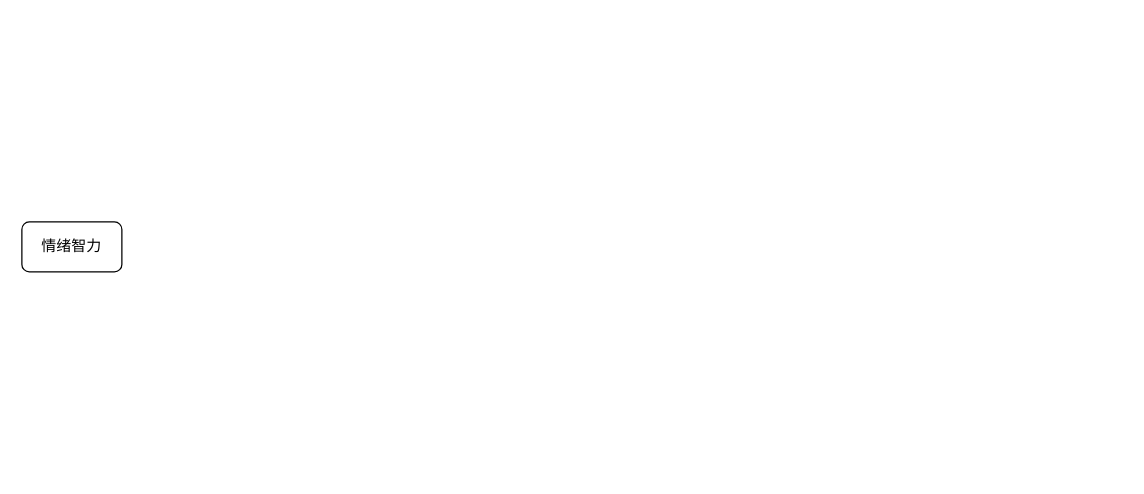
The draw.io diagram page "社交情商" (6 of 6) of relationship.drawio in youyusan/relationship, before the edit. Source tidied: cells renumbered, new cells numbered last; positions are measured from the earlier drawing's top-left corner, leaving out a move shared by most shapes. Both pictures are drawn from the tidied source at 125%, with x=0, y=0 at pixel (21, 221).
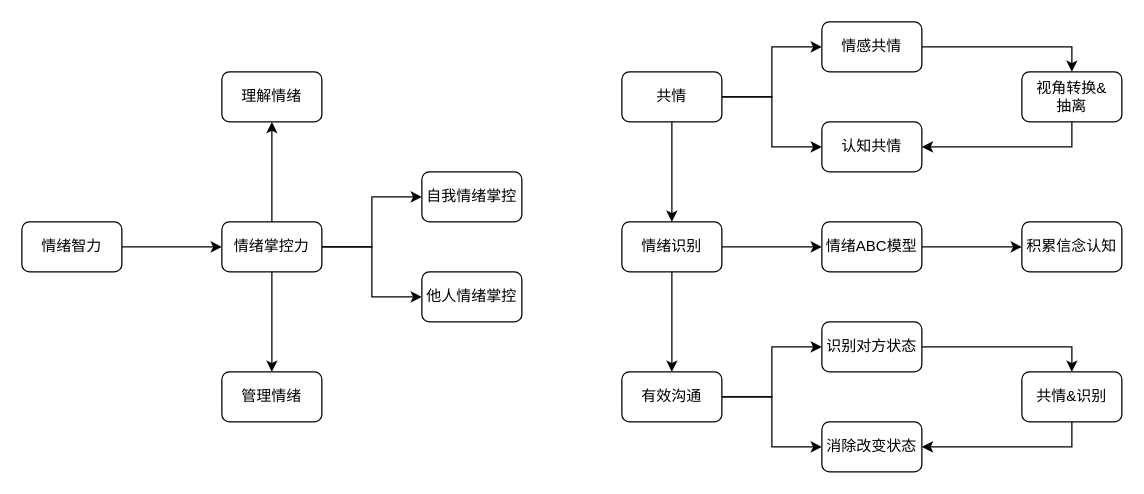
After the change.

Unchanged cells that the change refers to:
```xml
<mxCell id="2" value="情绪智力" style="rounded=1;whiteSpace=wrap;html=1;" parent="1" vertex="1">
  <mxGeometry width="80" height="40" as="geometry" />
</mxCell>
```

Change to the diagram source:
```diff
@@
+    <mxCell id="3" style="edgeStyle=orthogonalEdgeStyle;rounded=0;jettySize=auto;html=1;" parent="1" edge="1" source="2" target="8">
+      <mxGeometry relative="1" as="geometry" />
+    </mxCell>
@@
+    <mxCell id="4" style="edgeStyle=orthogonalEdgeStyle;rounded=0;jettySize=auto;html=1;entryX=0;entryY=0.5;entryDx=0;entryDy=0;" parent="1" edge="1" source="8" target="9">
+      <mxGeometry relative="1" as="geometry" />
+    </mxCell>
+    <mxCell id="5" style="edgeStyle=orthogonalEdgeStyle;rounded=0;jettySize=auto;html=1;" parent="1" edge="1" source="8" target="10">
+      <mxGeometry relative="1" as="geometry" />
+    </mxCell>
+    <mxCell id="6" style="edgeStyle=orthogonalEdgeStyle;rounded=0;jettySize=auto;html=1;entryX=0.5;entryY=1;entryDx=0;entryDy=0;" parent="1" edge="1" source="8" target="11">
+      <mxGeometry relative="1" as="geometry" />
+    </mxCell>
+    <mxCell id="7" style="edgeStyle=orthogonalEdgeStyle;rounded=0;jettySize=auto;html=1;" parent="1" edge="1" source="8" target="12">
+      <mxGeometry relative="1" as="geometry" />
+    </mxCell>
+    <mxCell id="8" value="情绪掌控力" style="rounded=1;whiteSpace=wrap;html=1;" parent="1" vertex="1">
+      <mxGeometry x="160" width="80" height="40" as="geometry" />
+    </mxCell>
+    <mxCell id="9" value="自我情绪掌控" style="rounded=1;whiteSpace=wrap;html=1;" parent="1" vertex="1">
+      <mxGeometry x="320" y="-40" width="80" height="40" as="geometry" />
+    </mxCell>
+    <mxCell id="10" value="他人情绪掌控" style="rounded=1;whiteSpace=wrap;html=1;" parent="1" vertex="1">
+      <mxGeometry x="320" y="40" width="80" height="40" as="geometry" />
+    </mxCell>
+    <mxCell id="11" value="理解情绪" style="rounded=1;whiteSpace=wrap;html=1;" parent="1" vertex="1">
+      <mxGeometry x="160" y="-120" width="80" height="40" as="geometry" />
+    </mxCell>
+    <mxCell id="12" value="管理情绪" style="rounded=1;whiteSpace=wrap;html=1;" parent="1" vertex="1">
+      <mxGeometry x="160" y="120" width="80" height="40" as="geometry" />
+    </mxCell>
+    <mxCell id="13" style="edgeStyle=orthogonalEdgeStyle;rounded=0;jettySize=auto;html=1;entryX=0;entryY=0.5;entryDx=0;entryDy=0;" parent="1" edge="1" source="16" target="18">
+      <mxGeometry relative="1" as="geometry" />
+    </mxCell>
+    <mxCell id="14" style="edgeStyle=orthogonalEdgeStyle;rounded=0;jettySize=auto;html=1;entryX=0;entryY=0.5;entryDx=0;entryDy=0;" parent="1" edge="1" source="16" target="19">
+      <mxGeometry relative="1" as="geometry">
+        <Array as="points">
+          <mxPoint x="600" y="-100" />
+          <mxPoint x="600" y="-60" />
+        </Array>
+      </mxGeometry>
+    </mxCell>
+    <mxCell id="15" style="edgeStyle=orthogonalEdgeStyle;rounded=0;jettySize=auto;html=1;" parent="1" edge="1" source="16" target="24">
+      <mxGeometry relative="1" as="geometry" />
+    </mxCell>
+    <mxCell id="16" value="共情" style="rounded=1;whiteSpace=wrap;html=1;" parent="1" vertex="1">
+      <mxGeometry x="480" y="-120" width="80" height="40" as="geometry" />
+    </mxCell>
+    <mxCell id="17" style="edgeStyle=orthogonalEdgeStyle;rounded=0;jettySize=auto;html=1;" parent="1" edge="1" source="18" target="21">
+      <mxGeometry relative="1" as="geometry">
+        <Array as="points">
+          <mxPoint x="840" y="-140" />
+        </Array>
+      </mxGeometry>
+    </mxCell>
+    <mxCell id="18" value="情感共情" style="rounded=1;whiteSpace=wrap;html=1;" parent="1" vertex="1">
+      <mxGeometry x="640" y="-160" width="80" height="40" as="geometry" />
+    </mxCell>
+    <mxCell id="19" value="认知共情" style="rounded=1;whiteSpace=wrap;html=1;" parent="1" vertex="1">
+      <mxGeometry x="640" y="-80" width="80" height="40" as="geometry" />
+    </mxCell>
+    <mxCell id="20" style="edgeStyle=orthogonalEdgeStyle;rounded=0;jettySize=auto;html=1;entryX=1;entryY=0.5;entryDx=0;entryDy=0;" parent="1" edge="1" source="21" target="19">
+      <mxGeometry relative="1" as="geometry">
+        <Array as="points">
+          <mxPoint x="840" y="-60" />
+        </Array>
+      </mxGeometry>
+    </mxCell>
+    <mxCell id="21" value="视角转换&amp;amp;&lt;br&gt;抽离" style="rounded=1;whiteSpace=wrap;html=1;" parent="1" vertex="1">
+      <mxGeometry x="800" y="-120" width="80" height="40" as="geometry" />
+    </mxCell>
+    <mxCell id="22" style="edgeStyle=orthogonalEdgeStyle;rounded=0;jettySize=auto;html=1;" parent="1" edge="1" source="24" target="26">
+      <mxGeometry relative="1" as="geometry" />
+    </mxCell>
+    <mxCell id="23" style="edgeStyle=orthogonalEdgeStyle;rounded=0;jettySize=auto;html=1;" parent="1" edge="1" source="24" target="29">
+      <mxGeometry relative="1" as="geometry" />
+    </mxCell>
+    <mxCell id="24" value="情绪识别" style="rounded=1;whiteSpace=wrap;html=1;" parent="1" vertex="1">
+      <mxGeometry x="480" width="80" height="40" as="geometry" />
+    </mxCell>
+    <mxCell id="25" style="edgeStyle=orthogonalEdgeStyle;rounded=0;jettySize=auto;html=1;" parent="1" edge="1" source="26" target="35">
+      <mxGeometry relative="1" as="geometry" />
+    </mxCell>
+    <mxCell id="26" value="情绪ABC模型" style="rounded=1;whiteSpace=wrap;html=1;" parent="1" vertex="1">
+      <mxGeometry x="640" width="80" height="40" as="geometry" />
+    </mxCell>
+    <mxCell id="27" style="edgeStyle=orthogonalEdgeStyle;rounded=0;jettySize=auto;html=1;" parent="1" edge="1" source="29" target="31">
+      <mxGeometry relative="1" as="geometry" />
+    </mxCell>
+    <mxCell id="28" style="edgeStyle=orthogonalEdgeStyle;rounded=0;jettySize=auto;html=1;" parent="1" edge="1" source="29" target="32">
+      <mxGeometry relative="1" as="geometry" />
+    </mxCell>
+    <mxCell id="29" value="有效沟通" style="rounded=1;whiteSpace=wrap;html=1;" parent="1" vertex="1">
+      <mxGeometry x="480" y="120" width="80" height="40" as="geometry" />
+    </mxCell>
+    <mxCell id="30" style="edgeStyle=orthogonalEdgeStyle;rounded=0;jettySize=auto;html=1;entryX=0.5;entryY=0;entryDx=0;entryDy=0;" parent="1" edge="1" source="31" target="34">
+      <mxGeometry relative="1" as="geometry" />
+    </mxCell>
+    <mxCell id="31" value="识别对方状态" style="rounded=1;whiteSpace=wrap;html=1;" parent="1" vertex="1">
+      <mxGeometry x="640" y="80" width="80" height="40" as="geometry" />
+    </mxCell>
+    <mxCell id="32" value="消除改变状态" style="rounded=1;whiteSpace=wrap;html=1;" parent="1" vertex="1">
+      <mxGeometry x="640" y="160" width="80" height="40" as="geometry" />
+    </mxCell>
+    <mxCell id="33" style="edgeStyle=orthogonalEdgeStyle;rounded=0;jettySize=auto;html=1;entryX=1;entryY=0.5;entryDx=0;entryDy=0;" parent="1" edge="1" source="34" target="32">
+      <mxGeometry relative="1" as="geometry">
+        <Array as="points">
+          <mxPoint x="840" y="180" />
+        </Array>
+      </mxGeometry>
+    </mxCell>
+    <mxCell id="34" value="共情&amp;amp;识别" style="rounded=1;whiteSpace=wrap;html=1;" parent="1" vertex="1">
+      <mxGeometry x="800" y="120" width="80" height="40" as="geometry" />
+    </mxCell>
+    <mxCell id="35" value="积累信念认知" style="rounded=1;whiteSpace=wrap;html=1;" parent="1" vertex="1">
+      <mxGeometry x="800" width="80" height="40" as="geometry" />
+    </mxCell>
```
